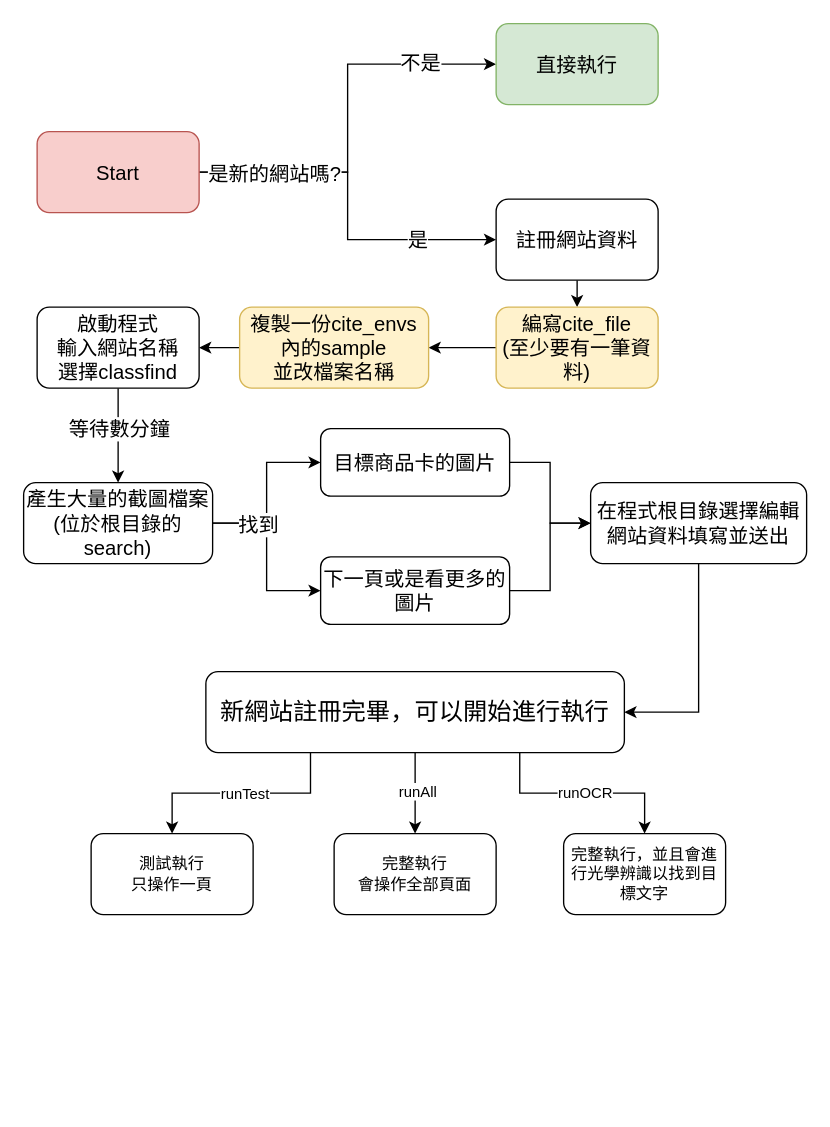
Before: 使用說明書.drawio in roleecorn/drawio, a draw.io diagram. Source tidied: cells renumbered, new cells numbered last; positions are measured from the earlier drawing's top-left corner, leaving out a move shared by most shapes. Both pictures are drawn from the tidied source at 135%, with x=0, y=0 at pixel (23, 23).
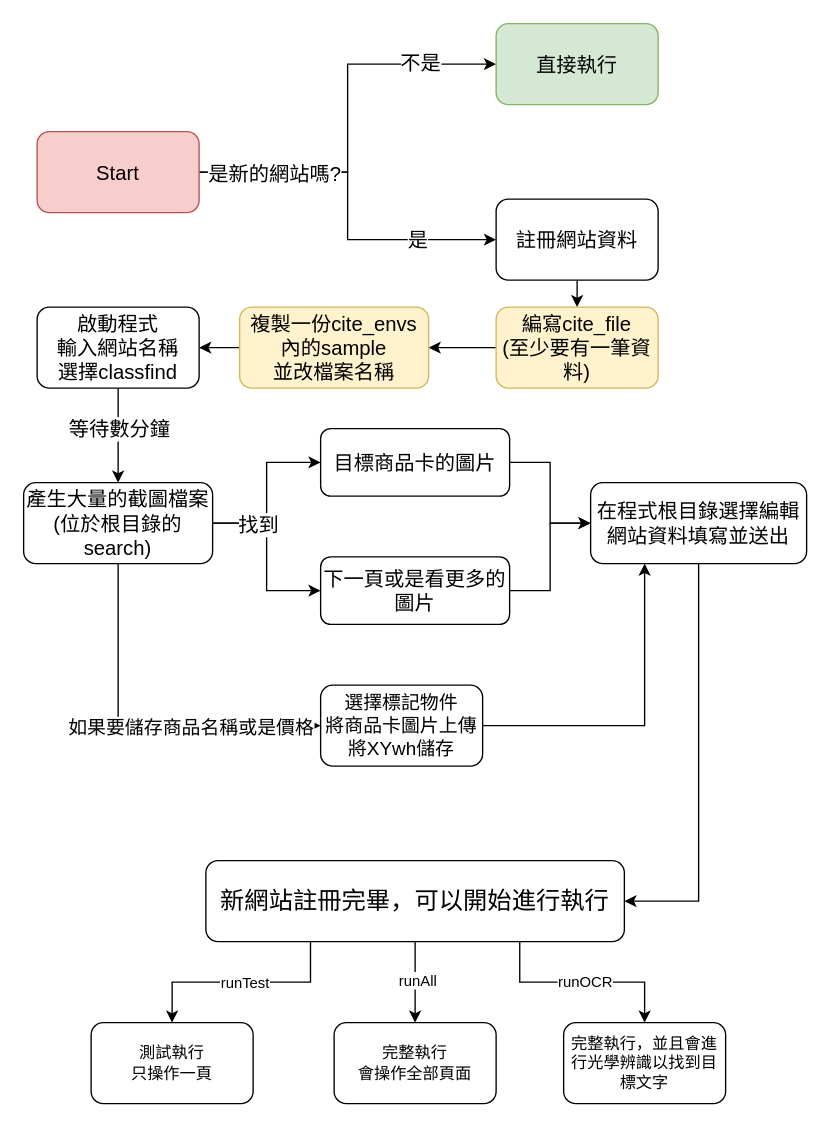
After the change.

Commit message (it also covers changes not shown here):
更新使用說明書.drawio

The change refers to these unchanged cells:
```xml
<mxCell id="21" value="產生大量的截圖檔案&lt;br style=&quot;font-size: 15px;&quot;&gt;(位於根目錄的search)" style="rounded=1;whiteSpace=wrap;html=1;fontSize=15;" parent="1" vertex="1">
  <mxGeometry y="340" width="140" height="60" as="geometry" />
</mxCell>
<mxCell id="27" value="在程式根目錄選擇編輯網站資料填寫並送出" style="rounded=1;whiteSpace=wrap;html=1;fontSize=15;" parent="1" vertex="1">
  <mxGeometry x="420" y="340" width="160" height="60" as="geometry" />
</mxCell>
```

Diff of the diagram source:
```diff
@@
+    <mxCell id="38" style="edgeStyle=orthogonalEdgeStyle;rounded=0;jettySize=auto;html=1;exitX=0.5;exitY=1;exitDx=0;exitDy=0;entryX=0;entryY=0.5;entryDx=0;entryDy=0;" parent="1" edge="1" source="21" target="41">
+      <mxGeometry relative="1" as="geometry" />
+    </mxCell>
+    <mxCell id="39" value="如果要儲存商品名稱或是價格" style="edgeLabel;html=1;align=center;verticalAlign=middle;fontSize=14;" parent="38" vertex="1">
+      <mxGeometry x="0.28" y="-1" relative="1" as="geometry" />
+    </mxCell>
@@
     <mxCell id="34" value="&lt;font style=&quot;font-size: 18px;&quot;&gt;新網站註冊完畢，可以開始進行執行&lt;/font&gt;" style="rounded=1;whiteSpace=wrap;html=1;" parent="1" vertex="1">
-      <mxGeometry x="135" y="480" width="310" height="60" as="geometry" />
+      <mxGeometry x="135" y="620" width="310" height="60" as="geometry" />
     </mxCell>
     <mxCell id="35" value="測試執行&lt;br&gt;只操作一頁" style="rounded=1;whiteSpace=wrap;html=1;" parent="1" vertex="1">
-      <mxGeometry x="50" y="600" width="120" height="60" as="geometry" />
+      <mxGeometry x="50" y="740" width="120" height="60" as="geometry" />
     </mxCell>
     <mxCell id="36" value="完整執行&lt;br&gt;會操作全部頁面" style="rounded=1;whiteSpace=wrap;html=1;" parent="1" vertex="1">
-      <mxGeometry x="230" y="600" width="120" height="60" as="geometry" />
+      <mxGeometry x="230" y="740" width="120" height="60" as="geometry" />
     </mxCell>
     <mxCell id="37" value="完整執行，並且會進行光學辨識以找到目標文字" style="rounded=1;whiteSpace=wrap;html=1;" parent="1" vertex="1">
-      <mxGeometry x="400" y="600" width="120" height="60" as="geometry" />
+      <mxGeometry x="400" y="740" width="120" height="60" as="geometry" />
     </mxCell>
+    <mxCell id="40" style="edgeStyle=orthogonalEdgeStyle;rounded=0;jettySize=auto;html=1;exitX=1;exitY=0.5;exitDx=0;exitDy=0;entryX=0.25;entryY=1;entryDx=0;entryDy=0;" parent="1" edge="1" source="41" target="27">
+      <mxGeometry relative="1" as="geometry" />
+    </mxCell>
+    <mxCell id="41" value="選擇標記物件&lt;br style=&quot;font-size: 14px;&quot;&gt;將商品卡圖片上傳&lt;br style=&quot;font-size: 14px;&quot;&gt;將XYwh儲存" style="rounded=1;whiteSpace=wrap;html=1;fontSize=14;" parent="1" vertex="1">
+      <mxGeometry x="220" y="490" width="120" height="60" as="geometry" />
+    </mxCell>
```
